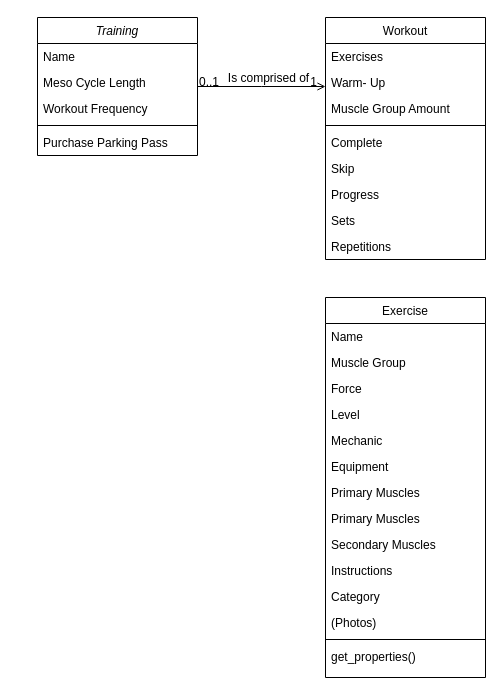
The draw.io diagram docs/ClassStructure.drawio in asNiklas/MinApp4MaxProgression, before the edit. Source tidied: cells renumbered, new cells numbered last; positions are measured from the earlier drawing's top-left corner, leaving out a move shared by most shapes. Both pictures are drawn from the tidied source at 100%, with x=0, y=0 at pixel (37, 17).
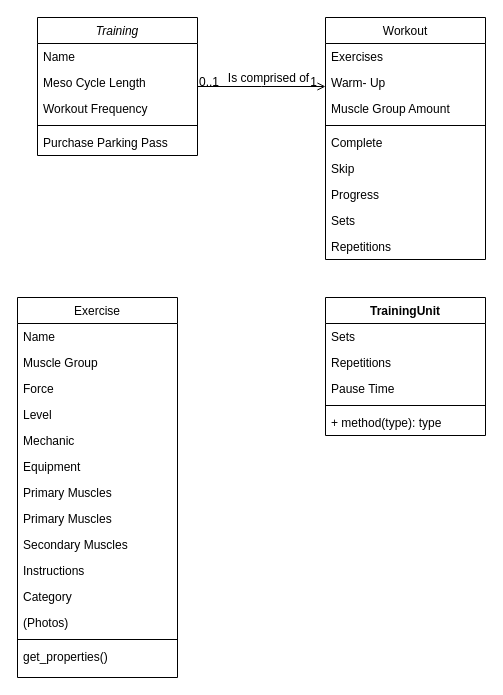
Above is the later version.

What changed in the source:
```diff
@@
     <mxCell id="22" value="Exercise" style="swimlane;fontStyle=0;align=center;verticalAlign=top;horizontal=1;startSize=26;rounded=0;shadow=0;strokeWidth=1;" parent="1" vertex="1">
-      <mxGeometry x="288" y="280" width="160" height="380" as="geometry" />
+      <mxGeometry x="-20" y="280" width="160" height="380" as="geometry" />
     </mxCell>
@@
+    <mxCell id="37" value="TrainingUnit" style="swimlane;fontStyle=1;align=center;verticalAlign=top;horizontal=1;startSize=26;" parent="1" vertex="1">
+      <mxGeometry x="288" y="280" width="160" height="138" as="geometry" />
+    </mxCell>
+    <mxCell id="38" value="Sets" style="text;strokeColor=none;fillColor=none;align=left;verticalAlign=top;spacingLeft=4;spacingRight=4;overflow=hidden;" parent="37" vertex="1">
+      <mxGeometry y="26" width="160" height="26" as="geometry" />
+    </mxCell>
+    <mxCell id="39" value="Repetitions" style="text;align=left;verticalAlign=top;spacingLeft=4;spacingRight=4;overflow=hidden;rounded=0;shadow=0;html=0;" parent="37" vertex="1">
+      <mxGeometry y="52" width="160" height="26" as="geometry" />
+    </mxCell>
+    <mxCell id="40" value="Pause Time" style="text;strokeColor=none;fillColor=none;align=left;verticalAlign=top;spacingLeft=4;spacingRight=4;overflow=hidden;" parent="37" vertex="1">
+      <mxGeometry y="78" width="160" height="26" as="geometry" />
+    </mxCell>
+    <mxCell id="41" style="line;strokeWidth=1;fillColor=none;align=left;verticalAlign=middle;spacingTop=-1;spacingLeft=3;spacingRight=3;labelPosition=right;" parent="37" vertex="1">
+      <mxGeometry y="104" width="160" height="8" as="geometry" />
+    </mxCell>
+    <mxCell id="42" value="+ method(type): type" style="text;strokeColor=none;fillColor=none;align=left;verticalAlign=top;spacingLeft=4;spacingRight=4;overflow=hidden;" parent="37" vertex="1">
+      <mxGeometry y="112" width="160" height="26" as="geometry" />
+    </mxCell>
```
